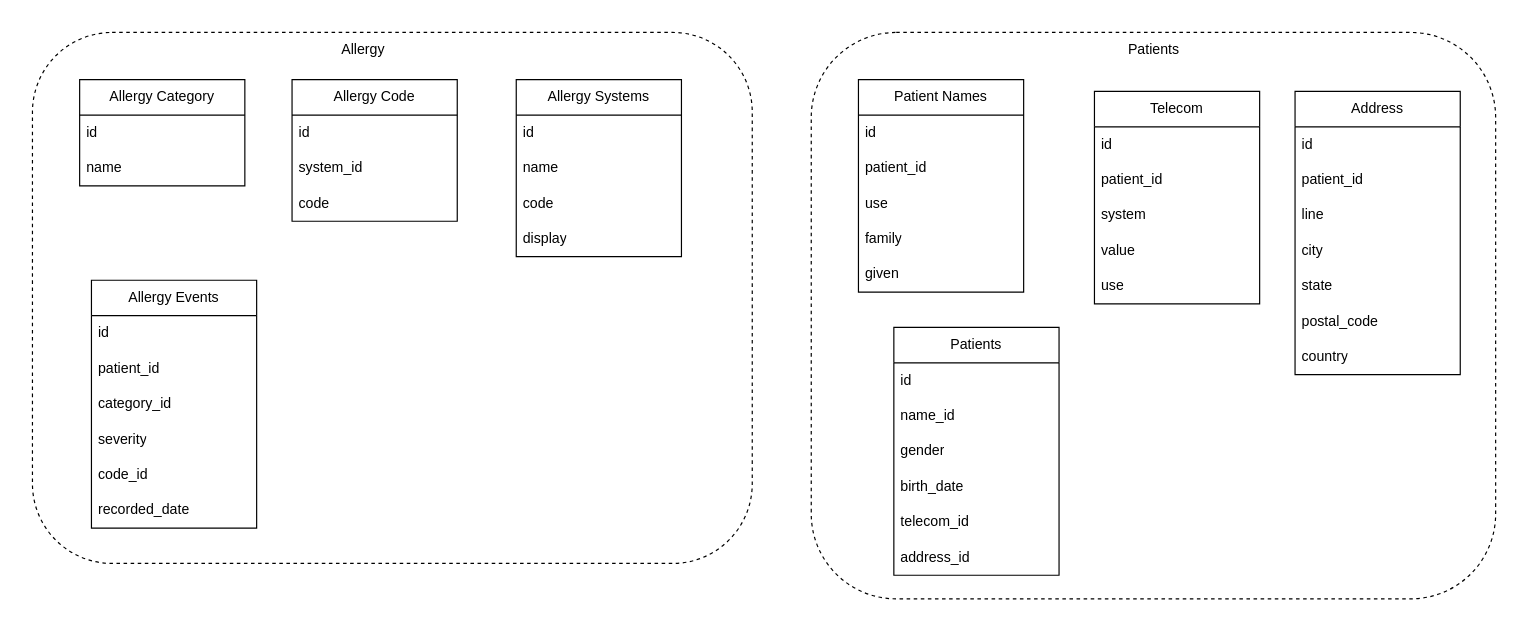
The draw.io diagram models.drawio in dianabarros/iqvia-assignment, before the edit. Source tidied: cells renumbered, new cells numbered last; positions are measured from the earlier drawing's top-left corner, leaving out a move shared by most shapes. Both pictures are drawn from the tidied source at 118%, with x=0, y=0 at pixel (32, 32).
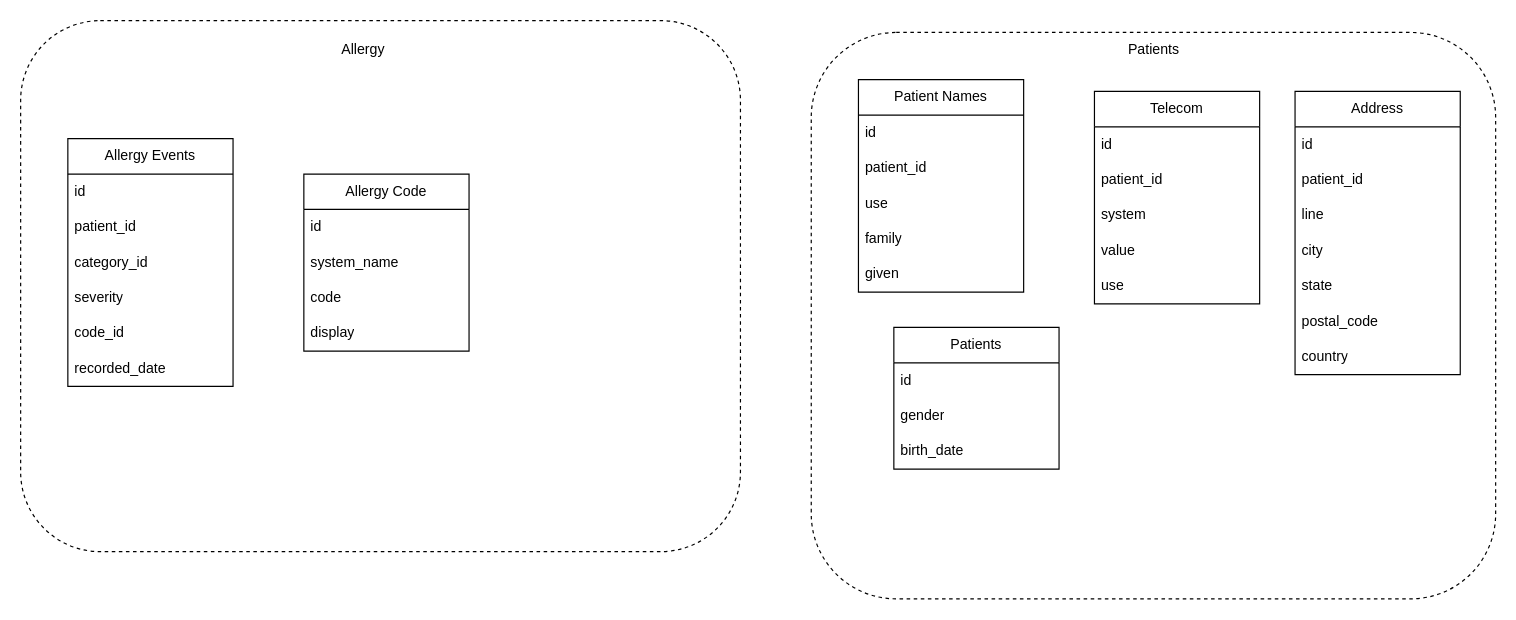
After the change.

Diff of the diagram source:
```diff
@@
-    <mxCell id="3" value="Allergy Category" style="swimlane;fontStyle=0;horizontal=1;startSize=30;whiteSpace=wrap;html=1;" parent="1" vertex="1">
-      <mxGeometry x="40" y="40" width="140" height="90" as="geometry" />
-    </mxCell>
-    <mxCell id="4" value="id" style="text;strokeColor=none;fillColor=none;align=left;verticalAlign=middle;spacingLeft=4;spacingRight=4;overflow=hidden;whiteSpace=wrap;html=1;" parent="3" vertex="1">
-      <mxGeometry y="30" width="140" height="30" as="geometry" />
-    </mxCell>
-    <mxCell id="5" value="name" style="text;strokeColor=none;fillColor=none;align=left;verticalAlign=middle;spacingLeft=4;spacingRight=4;overflow=hidden;whiteSpace=wrap;html=1;" parent="3" vertex="1">
-      <mxGeometry y="60" width="140" height="30" as="geometry" />
-    </mxCell>
-    <mxCell id="6" value="Allergy Code" style="swimlane;fontStyle=0;horizontal=1;startSize=30;whiteSpace=wrap;html=1;" parent="1" vertex="1">
-      <mxGeometry x="220" y="40" width="140" height="120" as="geometry" />
-    </mxCell>
-    <mxCell id="7" value="id" style="text;strokeColor=none;fillColor=none;align=left;verticalAlign=middle;spacingLeft=4;spacingRight=4;overflow=hidden;whiteSpace=wrap;html=1;" parent="6" vertex="1">
-      <mxGeometry y="30" width="140" height="30" as="geometry" />
-    </mxCell>
-    <mxCell id="8" value="system_id" style="text;strokeColor=none;fillColor=none;align=left;verticalAlign=middle;spacingLeft=4;spacingRight=4;overflow=hidden;whiteSpace=wrap;html=1;" parent="6" vertex="1">
-      <mxGeometry y="60" width="140" height="30" as="geometry" />
-    </mxCell>
-    <mxCell id="9" value="code" style="text;strokeColor=none;fillColor=none;align=left;verticalAlign=middle;spacingLeft=4;spacingRight=4;overflow=hidden;whiteSpace=wrap;html=1;" parent="6" vertex="1">
-      <mxGeometry y="90" width="140" height="30" as="geometry" />
-    </mxCell>
-    <mxCell id="10" value="Allergy Systems" style="swimlane;fontStyle=0;horizontal=1;startSize=30;whiteSpace=wrap;html=1;" parent="1" vertex="1">
-      <mxGeometry x="410" y="40" width="140" height="150" as="geometry" />
-    </mxCell>
-    <mxCell id="11" value="id" style="text;strokeColor=none;fillColor=none;align=left;verticalAlign=middle;spacingLeft=4;spacingRight=4;overflow=hidden;whiteSpace=wrap;html=1;" parent="10" vertex="1">
-      <mxGeometry y="30" width="140" height="30" as="geometry" />
-    </mxCell>
-    <mxCell id="12" value="name" style="text;strokeColor=none;fillColor=none;align=left;verticalAlign=middle;spacingLeft=4;spacingRight=4;overflow=hidden;whiteSpace=wrap;html=1;" parent="10" vertex="1">
-      <mxGeometry y="60" width="140" height="30" as="geometry" />
-    </mxCell>
-    <mxCell id="13" value="code" style="text;strokeColor=none;fillColor=none;align=left;verticalAlign=middle;spacingLeft=4;spacingRight=4;overflow=hidden;whiteSpace=wrap;html=1;" parent="10" vertex="1">
-      <mxGeometry y="90" width="140" height="30" as="geometry" />
-    </mxCell>
-    <mxCell id="14" value="display" style="text;strokeColor=none;fillColor=none;align=left;verticalAlign=middle;spacingLeft=4;spacingRight=4;overflow=hidden;whiteSpace=wrap;html=1;" parent="10" vertex="1">
-      <mxGeometry y="120" width="140" height="30" as="geometry" />
-    </mxCell>
     <mxCell id="15" style="rounded=1;whiteSpace=wrap;html=1;dashed=1;fillColor=none;" parent="1" vertex="1">
-      <mxGeometry width="610" height="450" as="geometry" />
+      <mxGeometry x="-10" y="-10" width="610" height="450" as="geometry" />
     </mxCell>
     <mxCell id="16" value="Allergy Events" style="swimlane;fontStyle=0;horizontal=1;startSize=30;whiteSpace=wrap;html=1;" parent="1" vertex="1">
-      <mxGeometry x="50" y="210" width="140" height="210" as="geometry" />
+      <mxGeometry x="30" y="90" width="140" height="210" as="geometry" />
     </mxCell>
@@
     <mxCell id="44" value="Patients" style="swimlane;fontStyle=0;horizontal=1;startSize=30;whiteSpace=wrap;html=1;" parent="1" vertex="1">
-      <mxGeometry x="730" y="250" width="140" height="210" as="geometry" />
+      <mxGeometry x="730" y="250" width="140" height="120" as="geometry" />
     </mxCell>
@@
-    <mxCell id="46" value="name_id" style="text;strokeColor=none;fillColor=none;align=left;verticalAlign=middle;spacingLeft=4;spacingRight=4;overflow=hidden;whiteSpace=wrap;html=1;" parent="44" vertex="1">
-      <mxGeometry y="60" width="140" height="30" as="geometry" />
-    </mxCell>
     <mxCell id="47" value="gender" style="text;strokeColor=none;fillColor=none;align=left;verticalAlign=middle;spacingLeft=4;spacingRight=4;overflow=hidden;whiteSpace=wrap;html=1;" parent="44" vertex="1">
-      <mxGeometry y="90" width="140" height="30" as="geometry" />
+      <mxGeometry y="60" width="140" height="30" as="geometry" />
     </mxCell>
     <mxCell id="48" value="birth_date" style="text;strokeColor=none;fillColor=none;align=left;verticalAlign=middle;spacingLeft=4;spacingRight=4;overflow=hidden;whiteSpace=wrap;html=1;" parent="44" vertex="1">
-      <mxGeometry y="120" width="140" height="30" as="geometry" />
+      <mxGeometry y="90" width="140" height="30" as="geometry" />
     </mxCell>
-    <mxCell id="49" value="telecom_id" style="text;strokeColor=none;fillColor=none;align=left;verticalAlign=middle;spacingLeft=4;spacingRight=4;overflow=hidden;whiteSpace=wrap;html=1;" parent="44" vertex="1">
-      <mxGeometry y="150" width="140" height="30" as="geometry" />
-    </mxCell>
-    <mxCell id="50" value="address_id" style="text;strokeColor=none;fillColor=none;align=left;verticalAlign=middle;spacingLeft=4;spacingRight=4;overflow=hidden;whiteSpace=wrap;html=1;" parent="44" vertex="1">
-      <mxGeometry y="180" width="140" height="30" as="geometry" />
-    </mxCell>
@@
+    <mxCell id="6" value="Allergy Code" style="swimlane;fontStyle=0;horizontal=1;startSize=30;whiteSpace=wrap;html=1;" parent="1" vertex="1">
+      <mxGeometry x="230" y="120" width="140" height="150" as="geometry" />
+    </mxCell>
+    <mxCell id="7" value="id" style="text;strokeColor=none;fillColor=none;align=left;verticalAlign=middle;spacingLeft=4;spacingRight=4;overflow=hidden;whiteSpace=wrap;html=1;" parent="6" vertex="1">
+      <mxGeometry y="30" width="140" height="30" as="geometry" />
+    </mxCell>
+    <mxCell id="8" value="system_name" style="text;strokeColor=none;fillColor=none;align=left;verticalAlign=middle;spacingLeft=4;spacingRight=4;overflow=hidden;whiteSpace=wrap;html=1;" parent="6" vertex="1">
+      <mxGeometry y="60" width="140" height="30" as="geometry" />
+    </mxCell>
+    <mxCell id="9" value="code" style="text;strokeColor=none;fillColor=none;align=left;verticalAlign=middle;spacingLeft=4;spacingRight=4;overflow=hidden;whiteSpace=wrap;html=1;" parent="6" vertex="1">
+      <mxGeometry y="90" width="140" height="30" as="geometry" />
+    </mxCell>
+    <mxCell id="14" value="display" style="text;strokeColor=none;fillColor=none;align=left;verticalAlign=middle;spacingLeft=4;spacingRight=4;overflow=hidden;whiteSpace=wrap;html=1;" parent="6" vertex="1">
+      <mxGeometry y="120" width="140" height="30" as="geometry" />
+    </mxCell>
```
